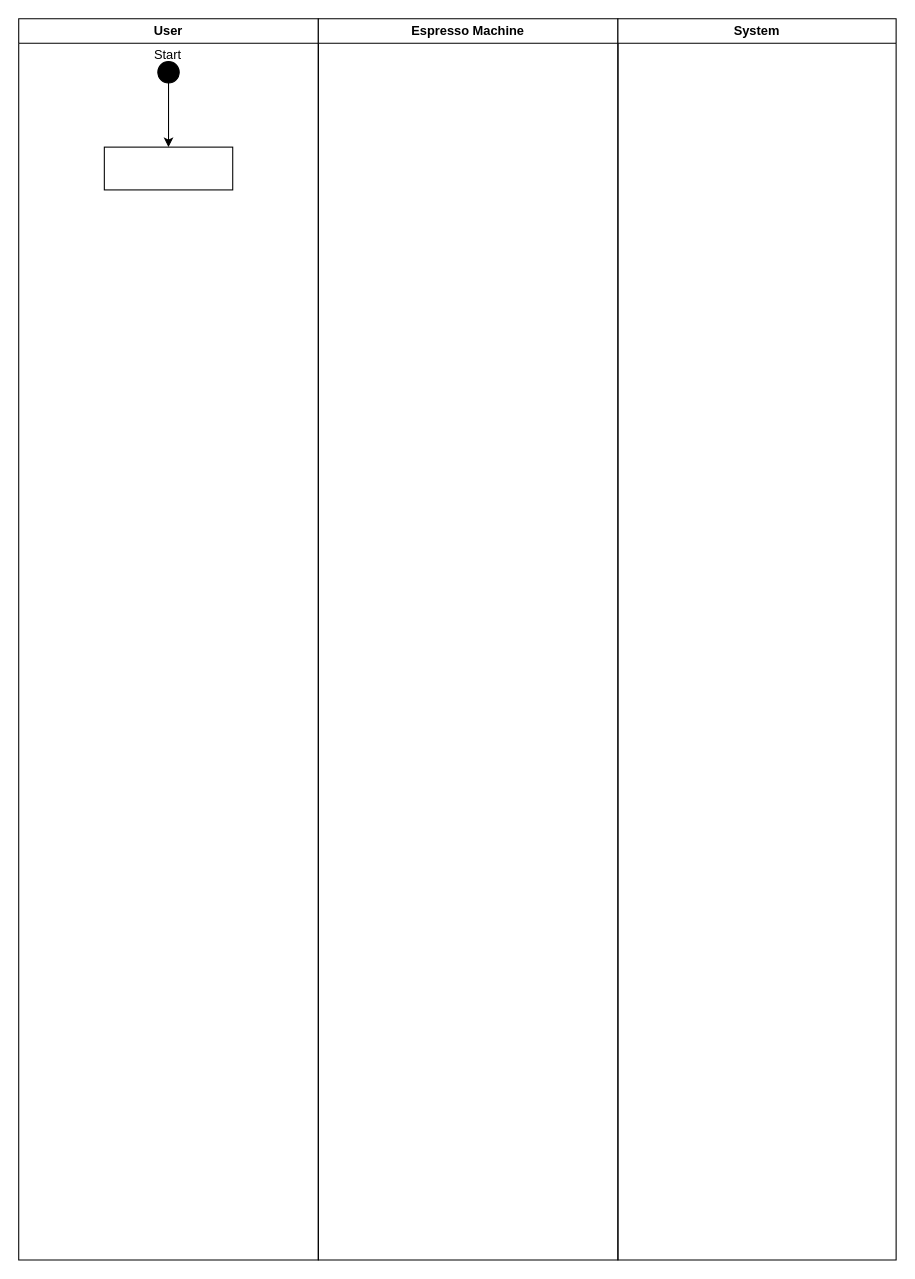
martintara/kaffeknekt keeps this draw.io diagram as diagrams/Activity_Diagram.drawio. Above is the earlier version. Source tidied: cells renumbered, new cells numbered last; positions are measured from the earlier drawing's top-left corner, leaving out a move shared by most shapes. Both pictures are drawn from the tidied source at 107%, with x=0, y=0 at pixel (18, 18).
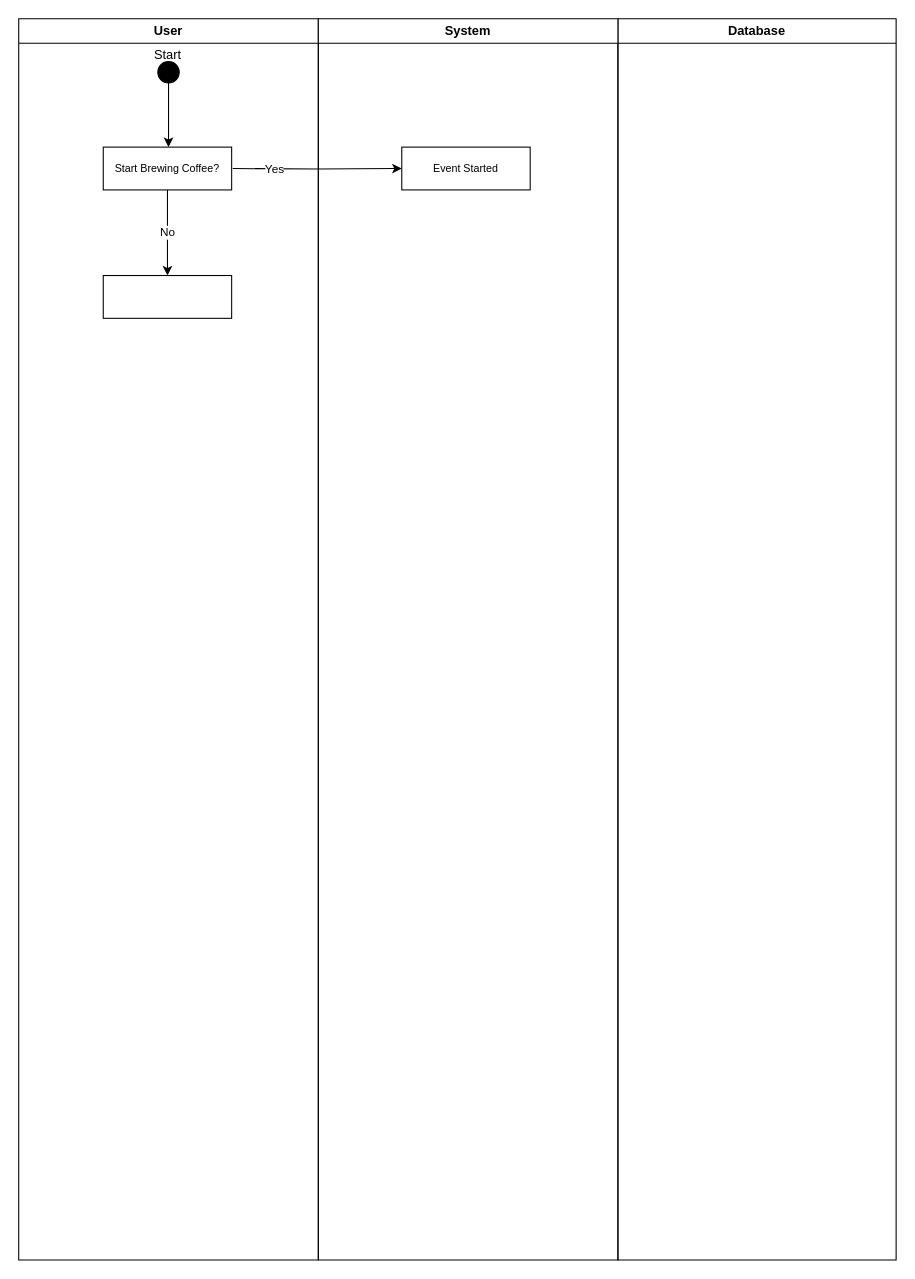
The same page after the edit.

The edit, as a diff of the source:
```diff
@@
 <mxGraphModel>
   <root>
     <mxCell id="0" />
     <mxCell id="1" parent="0" />
     <mxCell id="2" value="User" style="swimlane;whiteSpace=wrap;html=1;" parent="1" vertex="1">
       <mxGeometry width="280" height="1160" as="geometry" />
     </mxCell>
-    <mxCell id="3" style="edgeStyle=orthogonalEdgeStyle;rounded=0;jettySize=auto;html=1;exitX=0.5;exitY=1;exitDx=0;exitDy=0;entryX=0.5;entryY=0;entryDx=0;entryDy=0;" parent="2" edge="1" source="5" target="4">
-      <mxGeometry relative="1" as="geometry" />
+    <mxCell id="3" style="edgeStyle=orthogonalEdgeStyle;rounded=0;jettySize=auto;html=1;exitX=0.5;exitY=1;exitDx=0;exitDy=0;entryX=0.5;entryY=0;entryDx=0;entryDy=0;" parent="2" edge="1" source="5">
+      <mxGeometry relative="1" as="geometry">
+        <mxPoint x="140" y="120" as="targetPoint" />
+      </mxGeometry>
     </mxCell>
-    <mxCell id="4" style="rounded=0;whiteSpace=wrap;html=1;" parent="2" vertex="1">
-      <mxGeometry x="80" y="120" width="120" height="40" as="geometry" />
-    </mxCell>
     <mxCell id="5" style="ellipse;whiteSpace=wrap;html=1;fillColor=#000000;" parent="2" vertex="1">
       <mxGeometry x="130" y="40" width="20" height="20" as="geometry" />
     </mxCell>
+    <mxCell id="9" style="edgeStyle=orthogonalEdgeStyle;rounded=0;jettySize=auto;html=1;exitX=0.5;exitY=1;exitDx=0;exitDy=0;entryX=0.5;entryY=0;entryDx=0;entryDy=0;" parent="2" edge="1" source="11" target="12">
+      <mxGeometry relative="1" as="geometry" />
+    </mxCell>
+    <mxCell id="10" value="No" style="edgeLabel;html=1;align=center;verticalAlign=middle;" parent="9" vertex="1">
+      <mxGeometry x="-0.42" y="-1" relative="1" as="geometry">
+        <mxPoint y="16" as="offset" />
+      </mxGeometry>
+    </mxCell>
+    <mxCell id="11" value="&lt;font style=&quot;font-size: 10px;&quot;&gt;Start Brewing Coffee?&lt;/font&gt;" style="rounded=0;whiteSpace=wrap;html=1;" parent="2" vertex="1">
+      <mxGeometry x="79" y="120" width="120" height="40" as="geometry" />
+    </mxCell>
+    <mxCell id="12" style="rounded=0;whiteSpace=wrap;html=1;" parent="2" vertex="1">
+      <mxGeometry x="79" y="240" width="120" height="40" as="geometry" />
+    </mxCell>
+    <mxCell id="7" value="Database" style="swimlane;whiteSpace=wrap;html=1;" parent="1" vertex="1">
+      <mxGeometry x="560" width="260" height="1160" as="geometry" />
+    </mxCell>
-    <mxCell id="6" value="Espresso Machine" style="swimlane;whiteSpace=wrap;html=1;" parent="1" vertex="1">
+    <mxCell id="6" value="System" style="swimlane;whiteSpace=wrap;html=1;" parent="1" vertex="1">
       <mxGeometry x="280" width="280" height="1160" as="geometry" />
     </mxCell>
-    <mxCell id="7" value="System" style="swimlane;whiteSpace=wrap;html=1;" parent="1" vertex="1">
-      <mxGeometry x="560" width="260" height="1160" as="geometry" />
-    </mxCell>
+    <mxCell id="13" value="&lt;font style=&quot;font-size: 10px;&quot;&gt;Event Started&lt;/font&gt;" style="rounded=0;whiteSpace=wrap;html=1;" parent="6" vertex="1">
+      <mxGeometry x="78" y="120" width="120" height="40" as="geometry" />
+    </mxCell>
     <mxCell id="8" value="Start" style="text;html=1;align=center;verticalAlign=middle;strokeColor=none;fillColor=none;" parent="1" vertex="1">
       <mxGeometry x="114" y="19" width="50" height="30" as="geometry" />
     </mxCell>
+    <mxCell id="14" style="edgeStyle=orthogonalEdgeStyle;rounded=0;jettySize=auto;html=1;exitX=1;exitY=0.5;exitDx=0;exitDy=0;entryX=0;entryY=0.5;entryDx=0;entryDy=0;" parent="1" edge="1" target="13">
+      <mxGeometry relative="1" as="geometry">
+        <mxPoint x="200" y="140" as="sourcePoint" />
+      </mxGeometry>
+    </mxCell>
+    <mxCell id="15" value="Yes" style="edgeLabel;html=1;align=center;verticalAlign=middle;" parent="14" vertex="1">
+      <mxGeometry x="-0.7" relative="1" as="geometry">
+        <mxPoint x="15" as="offset" />
+      </mxGeometry>
+    </mxCell>
   </root>
 </mxGraphModel>
```
